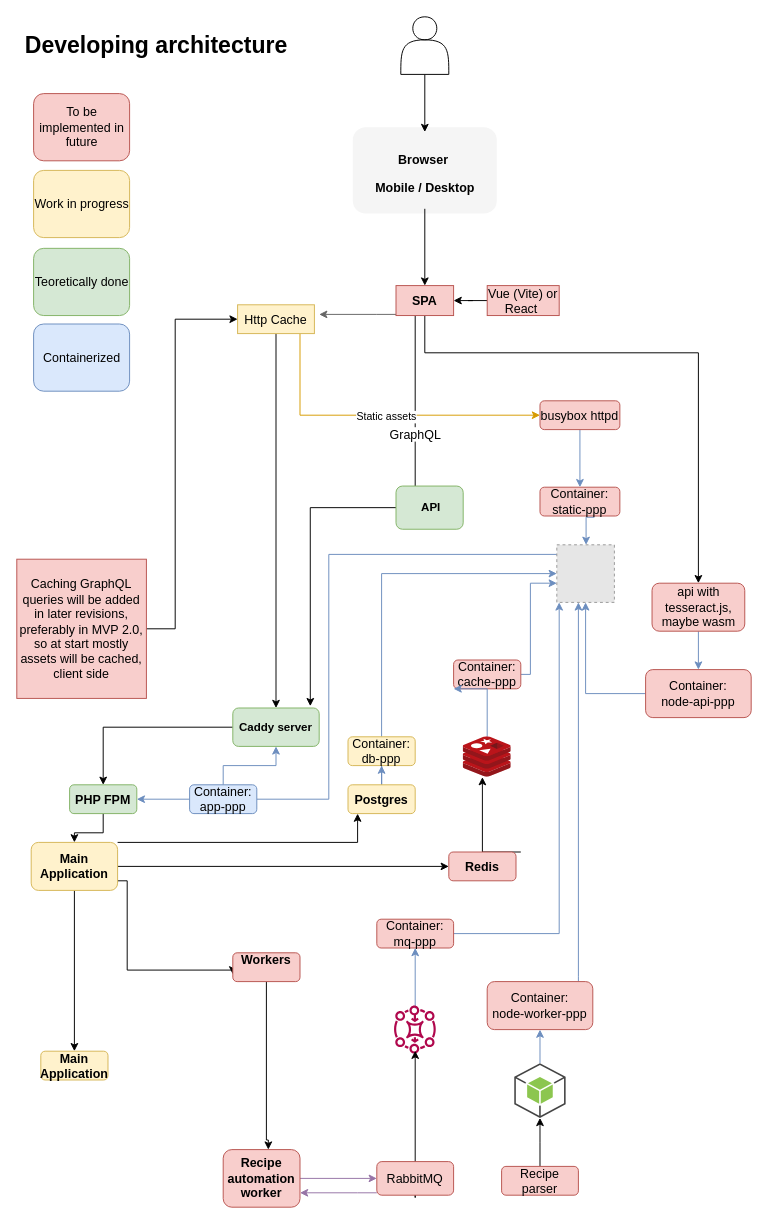
Before: diagrams/xml/Main Architecture.drawio in Ci8n/Planner, a draw.io diagram. Source tidied: cells renumbered, new cells numbered last; positions are measured from the earlier drawing's top-left corner, leaving out a move shared by most shapes. Both pictures are drawn from the tidied source at 96%, with x=0, y=0 at pixel (16, 16). Pictures stored in the file or linked from it are replaced by grey dashed boxes.
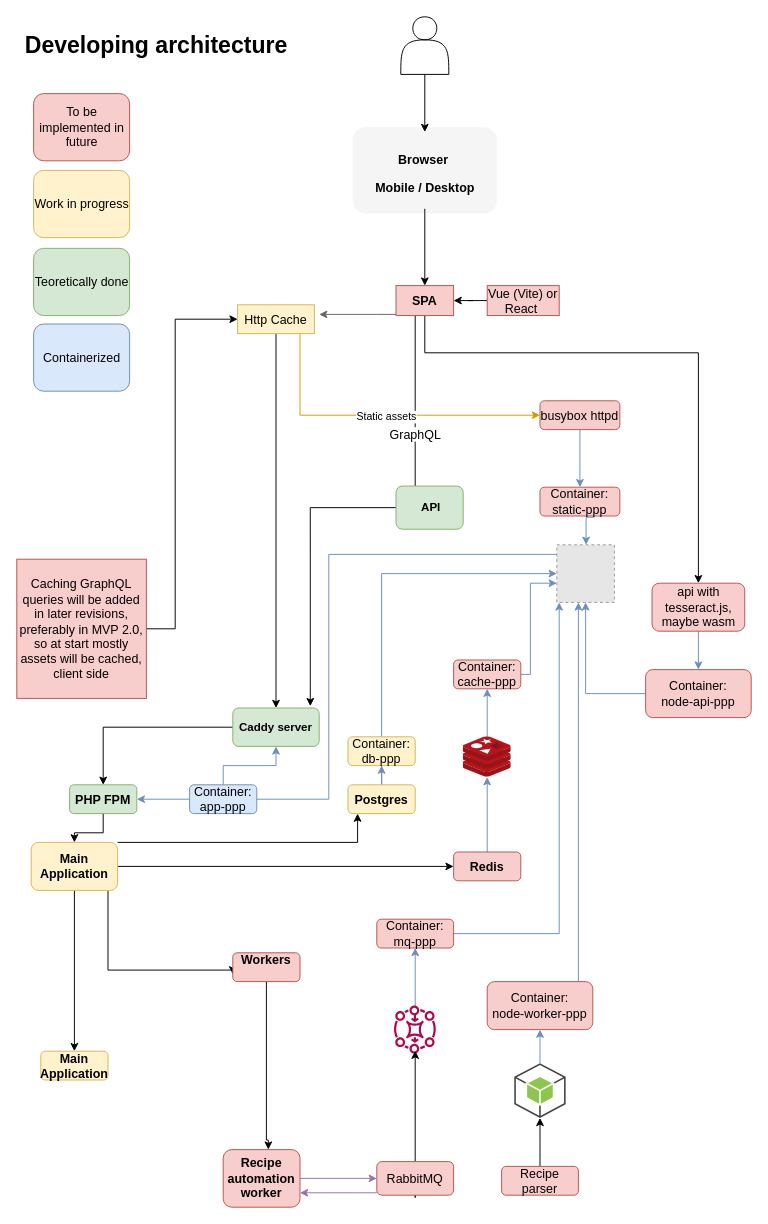
After the change.

Unchanged cells that the change refers to:
```xml
<mxCell id="31" value="&lt;b&gt;Main Application&lt;/b&gt;" style="rounded=1;whiteSpace=wrap;html=1;fillColor=#fff2cc;strokeColor=#d6b656;fontSize=13;" parent="1" vertex="1">
  <mxGeometry x="15" y="860" width="90" height="50" as="geometry" />
</mxCell>
<mxCell id="38" value="Container: &lt;br&gt;cache-ppp" style="rounded=1;whiteSpace=wrap;html=1;fillColor=#f8cecc;strokeColor=#b85450;fontSize=13;" parent="1" vertex="1">
  <mxGeometry x="455" y="670" width="70" height="30" as="geometry" />
</mxCell>
<mxCell id="40" value="&lt;b&gt;Workers&lt;br&gt;&lt;br&gt;&lt;/b&gt;" style="rounded=1;whiteSpace=wrap;html=1;fillColor=#f8cecc;strokeColor=#b85450;fontSize=13;" parent="1" vertex="1">
  <mxGeometry x="225" y="975" width="70" height="30" as="geometry" />
</mxCell>
<mxCell id="45" style="sketch=0;html=1;points=[];align=center;image;fontSize=12;image=img/lib/mscae/Cache_Redis_Product.svg;" parent="1" vertex="1">
  <mxGeometry x="465" y="750" width="50" height="42" as="geometry" />
</mxCell>
```

What changed in the source:
```diff
@@
     <mxCell id="29" style="edgeStyle=orthogonalEdgeStyle;rounded=0;jettySize=auto;html=1;entryX=0;entryY=0.75;entryDx=0;entryDy=0;fontSize=13;" parent="1" edge="1" source="31" target="40">
       <mxGeometry relative="1" as="geometry">
         <Array as="points">
-          <mxPoint x="115" y="900" />
-          <mxPoint x="115" y="993" />
+          <mxPoint x="95" y="993" />
+          <mxPoint x="225" y="993" />
         </Array>
       </mxGeometry>
     </mxCell>
@@
-    <mxCell id="42" style="edgeStyle=orthogonalEdgeStyle;rounded=0;jettySize=auto;html=1;" parent="1" edge="1" target="45">
-      <mxGeometry relative="1" as="geometry">
-        <mxPoint x="525" y="870" as="sourcePoint" />
-        <Array as="points">
-          <mxPoint x="485" y="870" />
-        </Array>
-      </mxGeometry>
-    </mxCell>
+    <mxCell id="76" style="edgeStyle=orthogonalEdgeStyle;rounded=0;jettySize=auto;html=1;fillColor=#dae8fc;strokeColor=#6c8ebf;" parent="1" edge="1" source="43" target="45">
+      <mxGeometry relative="1" as="geometry" />
+    </mxCell>
     <mxCell id="43" value="&lt;b&gt;Redis&lt;br&gt;&lt;/b&gt;" style="rounded=1;whiteSpace=wrap;html=1;fillColor=#f8cecc;strokeColor=#b85450;fontSize=13;" parent="1" vertex="1">
-      <mxGeometry x="450" y="870" width="70" height="30" as="geometry" />
+      <mxGeometry x="455" y="870" width="70" height="30" as="geometry" />
     </mxCell>
-    <mxCell id="44" style="edgeStyle=orthogonalEdgeStyle;rounded=0;jettySize=auto;html=1;fontSize=13;fillColor=#dae8fc;strokeColor=#6c8ebf;entryX=0;entryY=1;entryDx=0;entryDy=0;" parent="1" edge="1" source="45" target="38">
-      <mxGeometry relative="1" as="geometry">
-        <Array as="points">
-          <mxPoint x="490" y="700" />
-        </Array>
-      </mxGeometry>
+    <mxCell id="44" style="edgeStyle=orthogonalEdgeStyle;rounded=0;jettySize=auto;html=1;fontSize=13;fillColor=#dae8fc;strokeColor=#6c8ebf;" parent="1" edge="1" source="45" target="38">
+      <mxGeometry relative="1" as="geometry" />
     </mxCell>
```
